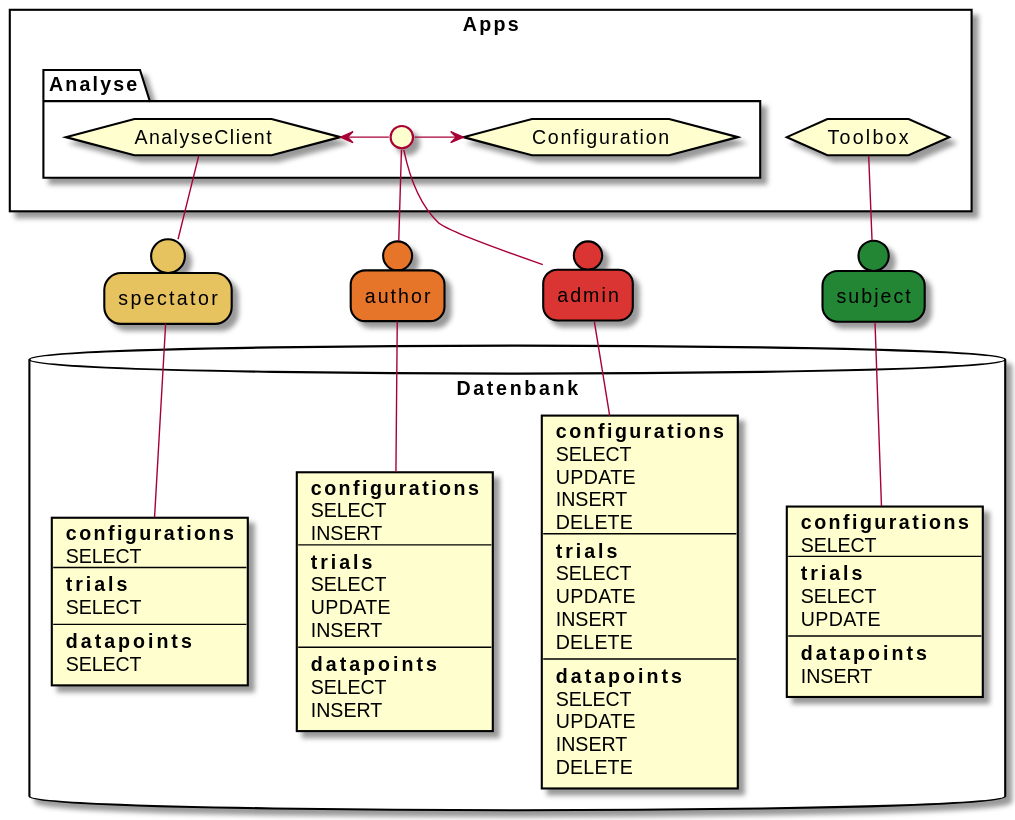
weichware-10/dokumente keeps this PlantUML diagram as uml-usecase/db/users.svg. Above is the earlier version. Source of this version:
```plantuml
@startuml

rectangle Apps {
    hexagon Toolbox as tb
    package Analyse as a {
        hexagon AnalyseClient as ac
        hexagon Configuration as co
        interface " " as both
        both -l-> ac
        both -r-> co
    }
}

person subject      as su #238636
person spectator    as sp #E7C35F
person author       as au #E6752B
person admin        as ad #DA3633



database Datenbank {
    card dbsu [
        **configurations**
        SELECT
        --
        **trials**
        SELECT
        UPDATE
        --
        **datapoints**
        INSERT
    ]
    card dbsp [
        **configurations**
        SELECT
        --
        **trials**
        SELECT
        --
        **datapoints**
        SELECT
    ]
    card dbau [
        **configurations**
        SELECT
        INSERT
        --
        **trials**
        SELECT
        UPDATE
        INSERT
        --
        **datapoints**
        SELECT
        INSERT
    ]
    card dbad [
        **configurations**
        SELECT
        UPDATE
        INSERT
        DELETE
        --
        **trials**
        SELECT
        UPDATE
        INSERT
        DELETE
        --
        **datapoints**
        SELECT
        UPDATE
        INSERT
        DELETE
    ]
}

su -u- tb
sp -u- ac
au -u- both
ad -u- both

su -- dbsu
sp -- dbsp
au -- dbau
ad -- dbad
@enduml
```
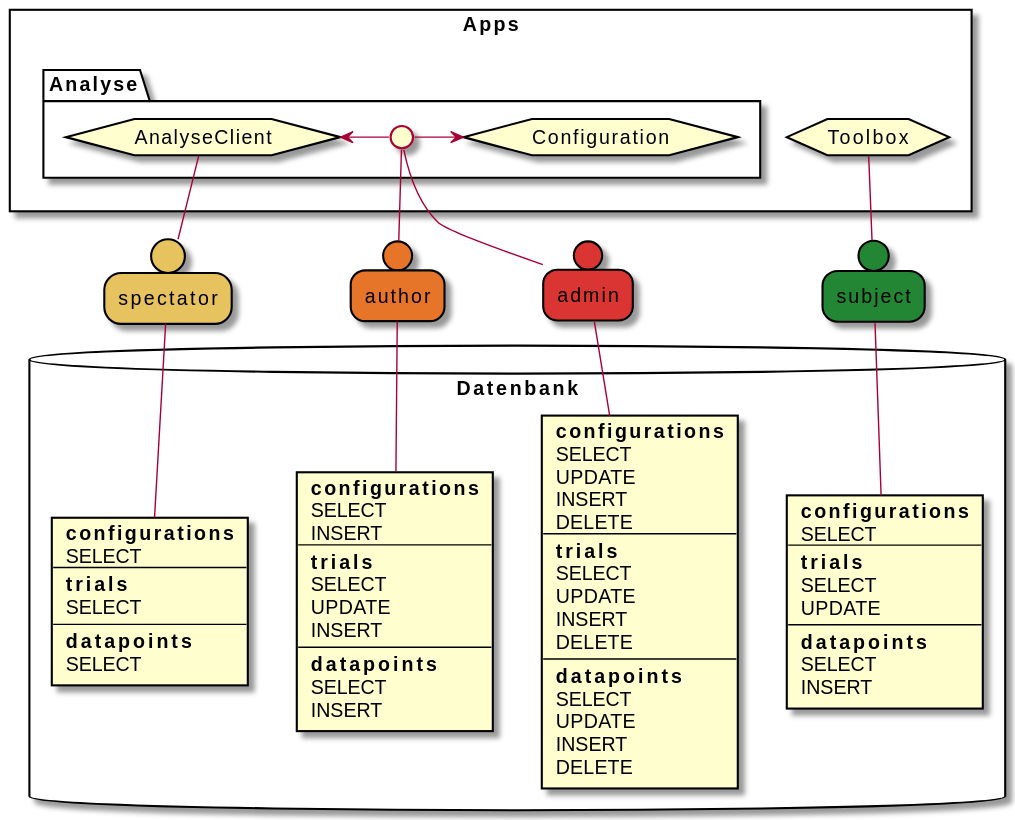
The same file after the commit.

Commit message:
[chore] rendered SVGs

Change to the diagram source:
```diff
@@ -28,6 +28,7 @@
         UPDATE
         --
         **datapoints**
+        SELECT
         INSERT
     ]
     card dbsp [
```
